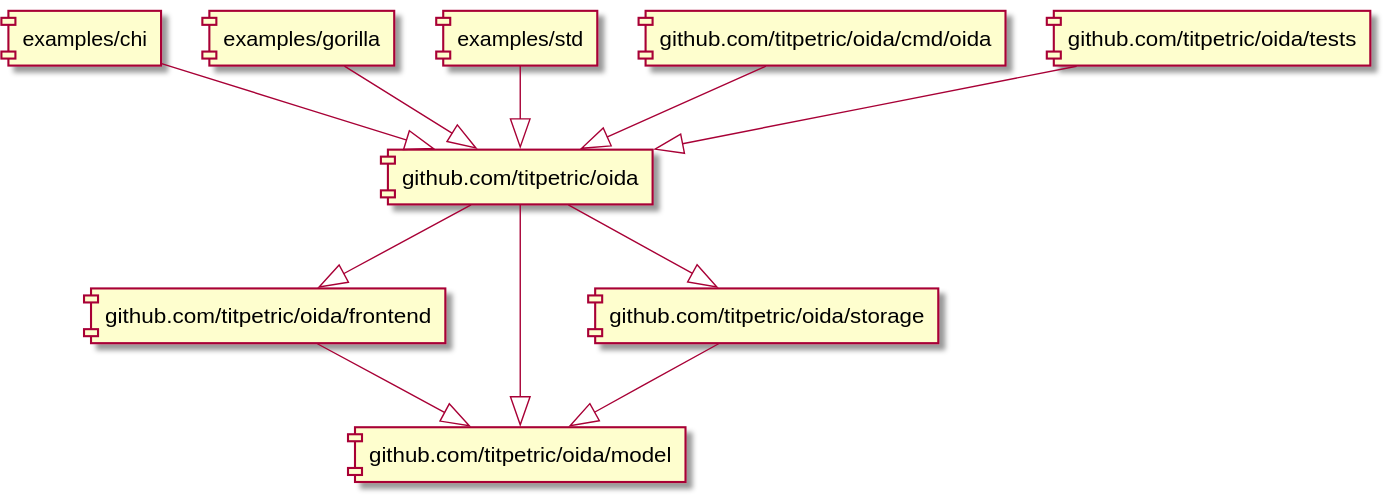
titpetric/oida keeps this PlantUML diagram as docs/assets/imports.svg. Above is the earlier version.
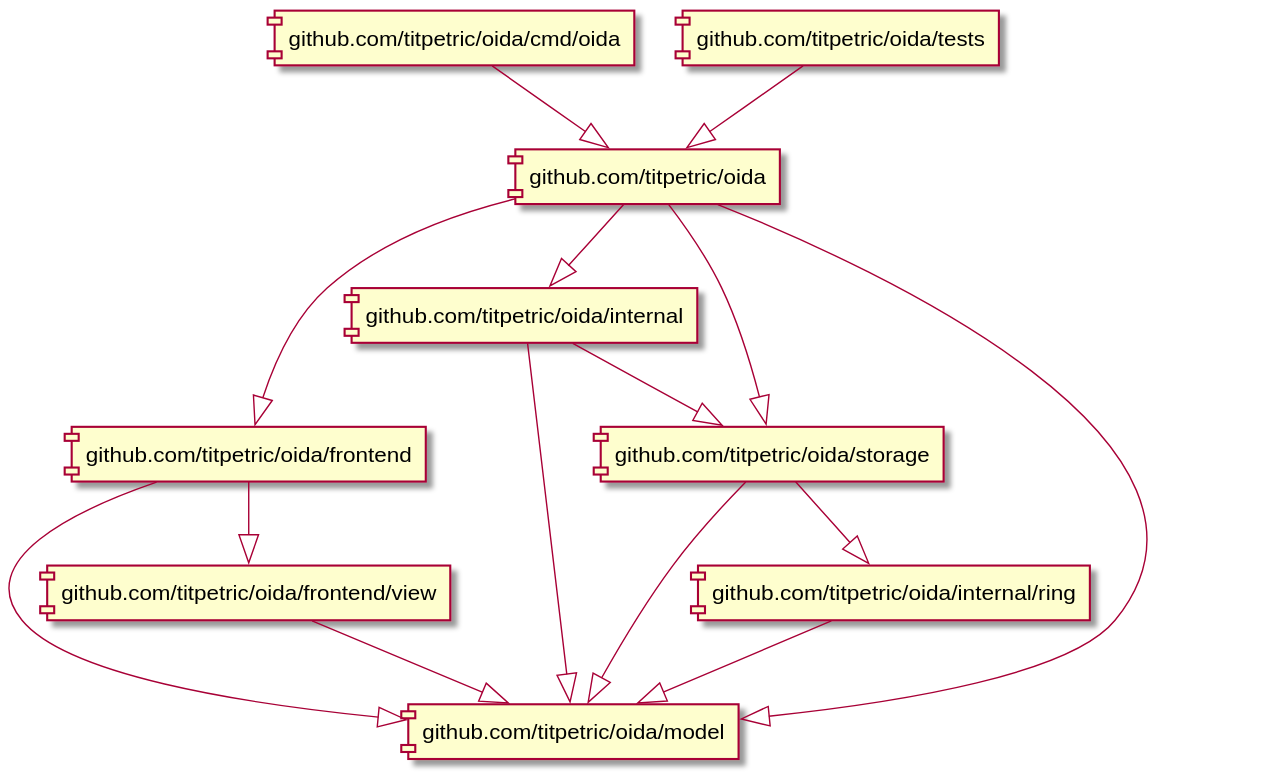
After the change.

The edit, as a diff of the source:
```diff
@@ -1,12 +1,16 @@
 @startuml
-[examples/chi] --|> [github.com/titpetric/oida]
-[examples/gorilla] --|> [github.com/titpetric/oida]
-[examples/std] --|> [github.com/titpetric/oida]
 [github.com/titpetric/oida] --|> [github.com/titpetric/oida/frontend]
+[github.com/titpetric/oida] --|> [github.com/titpetric/oida/internal]
 [github.com/titpetric/oida] --|> [github.com/titpetric/oida/model]
 [github.com/titpetric/oida] --|> [github.com/titpetric/oida/storage]
 [github.com/titpetric/oida/cmd/oida] --|> [github.com/titpetric/oida]
+[github.com/titpetric/oida/frontend] --|> [github.com/titpetric/oida/frontend/view]
 [github.com/titpetric/oida/frontend] --|> [github.com/titpetric/oida/model]
+[github.com/titpetric/oida/frontend/view] --|> [github.com/titpetric/oida/model]
+[github.com/titpetric/oida/internal] --|> [github.com/titpetric/oida/model]
+[github.com/titpetric/oida/internal] --|> [github.com/titpetric/oida/storage]
+[github.com/titpetric/oida/internal/ring] --|> [github.com/titpetric/oida/model]
+[github.com/titpetric/oida/storage] --|> [github.com/titpetric/oida/internal/ring]
 [github.com/titpetric/oida/storage] --|> [github.com/titpetric/oida/model]
 [github.com/titpetric/oida/tests] --|> [github.com/titpetric/oida]
 @enduml
```
